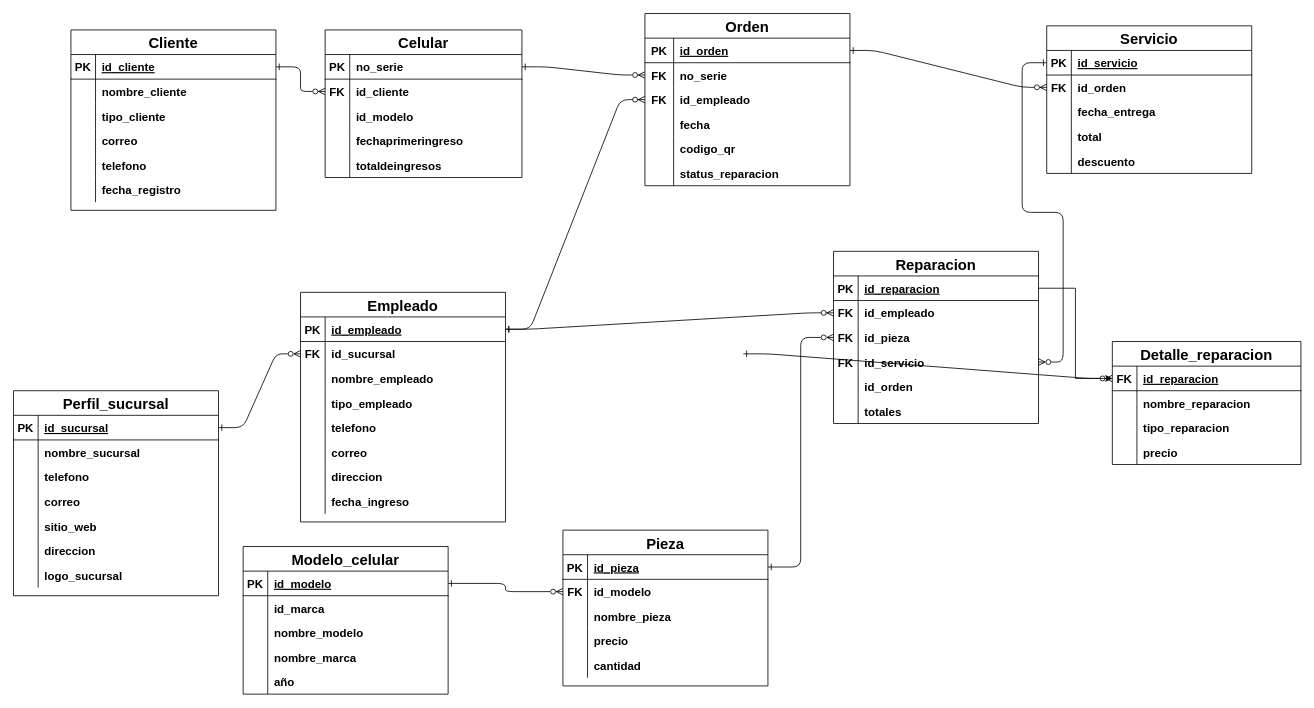
Above: Borrador2Reparaciones.drawio in ViridianaSolis11/Base-de-datos- (draw.io), before the change. Source tidied: cells renumbered, new cells numbered last; positions are measured from the earlier drawing's top-left corner, leaving out a move shared by most shapes. Both pictures are drawn from the tidied source at 82%, with x=0, y=0 at pixel (13, 13).
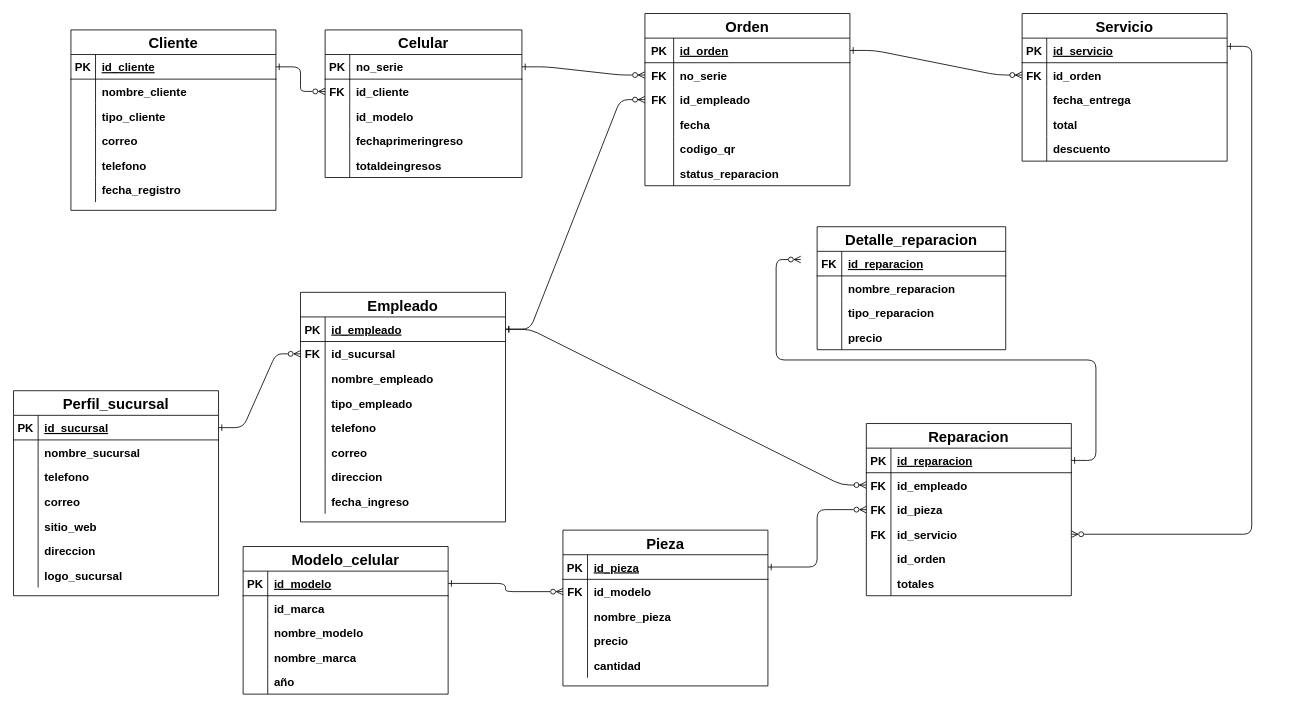
Above is the later version.

The change refers to these unchanged cells:
```xml
<mxCell id="64" style="shape=tableRow;horizontal=0;startSize=0;swimlaneHead=0;swimlaneBody=0;fillColor=none;points=[[0,0.5],[1,0.5]];portConstraint=eastwest;top=0;left=0;right=0;bottom=1;" parent="63" vertex="1">
  <mxGeometry y="30" width="250" height="30" as="geometry" />
</mxCell>
<mxCell id="73" style="shape=tableRow;horizontal=0;startSize=0;swimlaneHead=0;swimlaneBody=0;fillColor=none;points=[[0,0.5],[1,0.5]];portConstraint=eastwest;top=0;left=0;right=0;bottom=0;" parent="63" vertex="1">
  <mxGeometry y="120" width="250" height="30" as="geometry" />
</mxCell>
<mxCell id="140" style="shape=tableRow;horizontal=0;startSize=0;swimlaneHead=0;swimlaneBody=0;fillColor=none;points=[[0,0.5],[1,0.5]];portConstraint=eastwest;top=0;left=0;right=0;bottom=1;" parent="139" vertex="1">
  <mxGeometry y="30" width="250" height="30" as="geometry" />
</mxCell>
<mxCell id="156" style="shape=tableRow;horizontal=0;startSize=0;swimlaneHead=0;swimlaneBody=0;fillColor=none;points=[[0,0.5],[1,0.5]];portConstraint=eastwest;top=0;left=0;right=0;bottom=1;" parent="155" vertex="1">
  <mxGeometry y="30" width="230" height="30" as="geometry" />
</mxCell>
```

The edit, as a diff of the source:
```diff
@@
     <mxCell id="63" value="Reparacion" style="shape=table;startSize=30;childLayout=tableLayout;rowLines=0;fontStyle=1;align=center;fontSize=18;" parent="1" vertex="1">
-      <mxGeometry x="1000" y="290" width="250" height="210" as="geometry" />
+      <mxGeometry x="1040" y="500" width="250" height="210" as="geometry" />
     </mxCell>
@@
     <mxCell id="139" value="Servicio" style="shape=table;startSize=30;childLayout=tableLayout;rowLines=0;fontStyle=1;align=center;fontSize=18;" parent="1" vertex="1">
-      <mxGeometry x="1260" y="15" width="250" height="180" as="geometry" />
+      <mxGeometry x="1230" width="250" height="180" as="geometry" />
     </mxCell>
@@
     <mxCell id="155" value="Detalle_reparacion" style="shape=table;startSize=30;childLayout=tableLayout;rowLines=0;fontStyle=1;align=center;fontSize=18;" parent="1" vertex="1">
-      <mxGeometry x="1340" y="400" width="230" height="150" as="geometry" />
+      <mxGeometry x="980" y="260" width="230" height="150" as="geometry" />
     </mxCell>
@@
-    <mxCell id="190" style="edgeStyle=entityRelationEdgeStyle;jettySize=auto;html=1;exitX=1;exitY=0.5;exitDx=0;exitDy=0;entryX=0;entryY=0.5;entryDx=0;entryDy=0;endArrow=ERzeroToMany;endFill=0;startArrow=ERone;startFill=0;rounded=1;" parent="1" edge="1" target="156">
+    <mxCell id="190" style="edgeStyle=entityRelationEdgeStyle;jettySize=auto;html=1;endArrow=ERzeroToMany;endFill=0;startArrow=ERone;startFill=0;rounded=1;" parent="1" edge="1" source="64">
       <mxGeometry relative="1" as="geometry">
-        <mxPoint x="890" y="415" as="sourcePoint" />
+        <mxPoint x="960" y="300" as="targetPoint" />
       </mxGeometry>
     </mxCell>
@@
-    <mxCell id="193" style="edgeStyle=entityRelationEdgeStyle;jettySize=auto;html=1;exitX=0;exitY=0.5;exitDx=0;exitDy=0;endArrow=ERzeroToMany;endFill=0;startArrow=ERone;startFill=0;rounded=1;" parent="1" edge="1" source="140" target="73">
-      <mxGeometry relative="1" as="geometry" />
+    <mxCell id="193" style="edgeStyle=entityRelationEdgeStyle;jettySize=auto;html=1;endArrow=ERzeroToMany;endFill=0;startArrow=ERone;startFill=0;rounded=1;" parent="1" edge="1" target="73">
+      <mxGeometry relative="1" as="geometry">
+        <mxPoint x="1480" y="40" as="sourcePoint" />
+      </mxGeometry>
     </mxCell>
-    <mxCell id="194" style="edgeStyle=orthogonalEdgeStyle;rounded=0;jettySize=auto;html=1;exitX=1;exitY=0.5;exitDx=0;exitDy=0;entryX=0;entryY=0.5;entryDx=0;entryDy=0;" parent="1" edge="1" source="64" target="156">
-      <mxGeometry relative="1" as="geometry" />
-    </mxCell>
```
